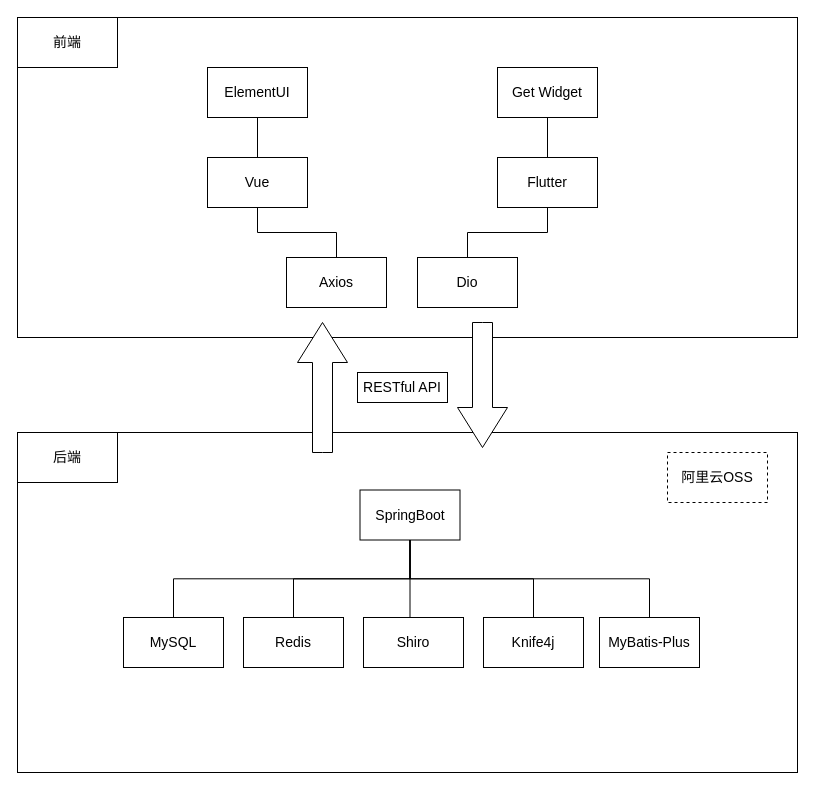
6Yolo6/GraduationDesign keeps this draw.io diagram as 系统架构.drawio. Above is the earlier version. Source tidied: cells renumbered, new cells numbered last; positions are measured from the earlier drawing's top-left corner, leaving out a move shared by most shapes. Both pictures are drawn from the tidied source at 100%, with x=0, y=0 at pixel (17, 17).
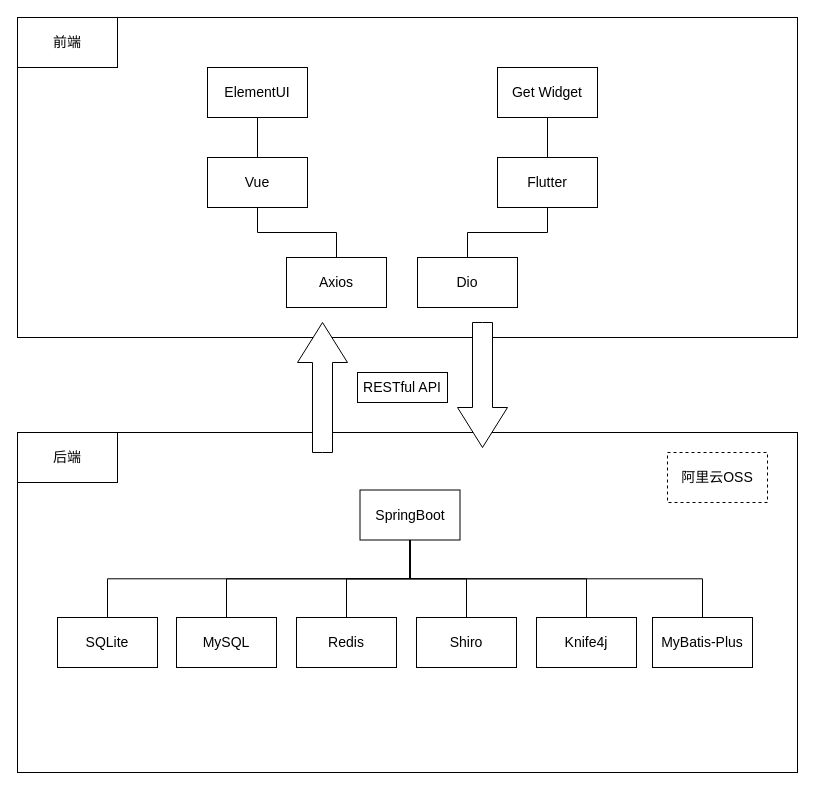
The same diagram, later.

Commit message:
更新系统技术架构.drawio

Unchanged cells that the change refers to:
```xml
<mxCell id="10" value="SpringBoot" style="rounded=0;whiteSpace=wrap;html=1;fontSize=14;" parent="1" vertex="1">
  <mxGeometry x="342.5" y="472.5" width="100" height="50" as="geometry" />
</mxCell>
```

Change to the diagram source:
```diff
@@
     <mxCell id="9" value="MySQL" style="rounded=0;whiteSpace=wrap;html=1;fontSize=14;" parent="1" vertex="1">
-      <mxGeometry x="106" y="600" width="100" height="50" as="geometry" />
+      <mxGeometry x="159" y="600" width="100" height="50" as="geometry" />
     </mxCell>
@@
     <mxCell id="12" value="Redis" style="rounded=0;whiteSpace=wrap;html=1;fontSize=14;" parent="1" vertex="1">
-      <mxGeometry x="226" y="600" width="100" height="50" as="geometry" />
+      <mxGeometry x="279" y="600" width="100" height="50" as="geometry" />
     </mxCell>
@@
     <mxCell id="17" value="Shiro" style="rounded=0;whiteSpace=wrap;html=1;fontSize=14;" parent="1" vertex="1">
-      <mxGeometry x="346" y="600" width="100" height="50" as="geometry" />
+      <mxGeometry x="399" y="600" width="100" height="50" as="geometry" />
     </mxCell>
     <mxCell id="18" value="Knife4j" style="rounded=0;whiteSpace=wrap;html=1;fontSize=14;" parent="1" vertex="1">
-      <mxGeometry x="466" y="600" width="100" height="50" as="geometry" />
+      <mxGeometry x="519" y="600" width="100" height="50" as="geometry" />
     </mxCell>
@@
-    <mxCell id="25" style="endArrow=none;html=1;rounded=0;entryX=0.5;entryY=1;entryDx=0;entryDy=0;exitX=0.5;exitY=0;exitDx=0;exitDy=0;edgeStyle=orthogonalEdgeStyle;" parent="1" edge="1" source="17" target="10">
-      <mxGeometry relative="1" as="geometry">
-        <Array as="points">
-          <mxPoint x="393" y="600" />
-        </Array>
-      </mxGeometry>
-    </mxCell>
@@
     <mxCell id="27" value="MyBatis-Plus" style="rounded=0;whiteSpace=wrap;html=1;fontSize=14;" parent="1" vertex="1">
-      <mxGeometry x="582" y="600" width="100" height="50" as="geometry" />
+      <mxGeometry x="635" y="600" width="100" height="50" as="geometry" />
     </mxCell>
@@
+    <mxCell id="31" value="SQLite" style="rounded=0;whiteSpace=wrap;html=1;fontSize=14;" parent="1" vertex="1">
+      <mxGeometry x="40" y="600" width="100" height="50" as="geometry" />
+    </mxCell>
+    <mxCell id="32" style="endArrow=none;html=1;rounded=0;edgeStyle=orthogonalEdgeStyle;exitX=0.5;exitY=0;exitDx=0;exitDy=0;entryX=0.5;entryY=1;entryDx=0;entryDy=0;" parent="1" edge="1" source="31" target="10">
+      <mxGeometry relative="1" as="geometry" />
+    </mxCell>
+    <mxCell id="25" style="endArrow=none;html=1;rounded=0;edgeStyle=orthogonalEdgeStyle;exitX=0.5;exitY=0;exitDx=0;exitDy=0;entryX=0.5;entryY=1;entryDx=0;entryDy=0;" parent="1" edge="1" source="17" target="10">
+      <mxGeometry relative="1" as="geometry" />
+    </mxCell>
```
